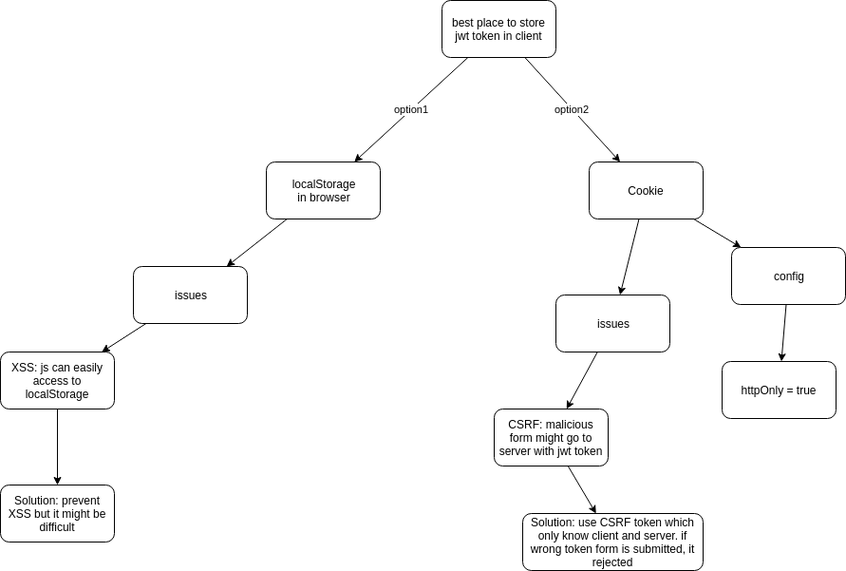
This is jwt_storage_location.PNG from stsiwo/security_concept, a draw.io export, as it was before one commit. Source tidied: cells renumbered, new cells last; positions are measured from the earlier drawing's top-left corner, leaving out a move shared by most shapes.
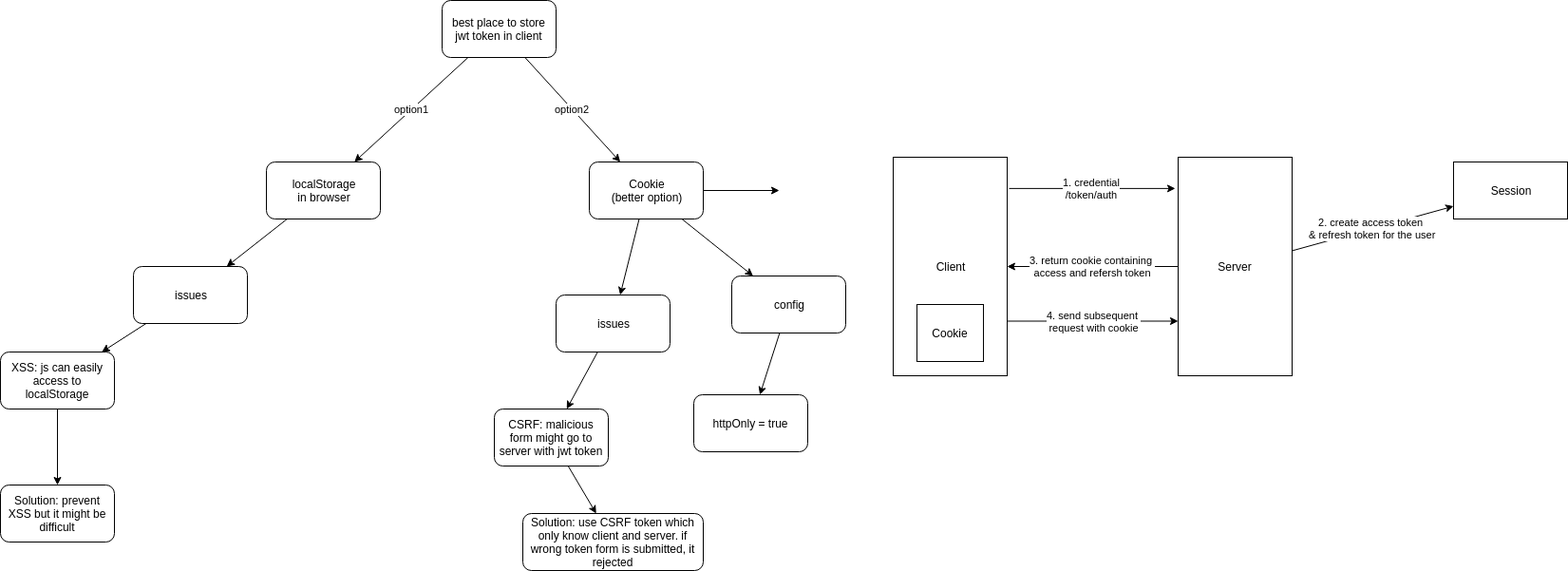
After the commit.

Change to the diagram source:
```diff
@@ -38,17 +38,22 @@
     <mxCell id="13" style="edgeStyle=none;rounded=0;jettySize=auto;html=1;" parent="1" edge="1" source="14" target="16">
       <mxGeometry relative="1" as="geometry" />
     </mxCell>
+    <mxCell id="23" style="edgeStyle=none;rounded=0;jettySize=auto;html=1;" parent="1" edge="1" source="14">
+      <mxGeometry relative="1" as="geometry">
+        <mxPoint x="820" y="200" as="targetPoint" />
+      </mxGeometry>
+    </mxCell>
-    <mxCell id="14" value="Cookie" style="rounded=1;whiteSpace=wrap;html=1;" parent="1" vertex="1">
+    <mxCell id="14" value="Cookie&lt;br&gt;(better option)" style="rounded=1;whiteSpace=wrap;html=1;" parent="1" vertex="1">
       <mxGeometry x="620" y="170" width="120" height="60" as="geometry" />
     </mxCell>
     <mxCell id="15" style="edgeStyle=none;rounded=0;jettySize=auto;html=1;" parent="1" edge="1" source="16" target="17">
       <mxGeometry relative="1" as="geometry" />
     </mxCell>
     <mxCell id="16" value="config" style="rounded=1;whiteSpace=wrap;html=1;" parent="1" vertex="1">
-      <mxGeometry x="770" y="260" width="120" height="60" as="geometry" />
+      <mxGeometry x="770" y="290" width="120" height="60" as="geometry" />
     </mxCell>
     <mxCell id="17" value="httpOnly = true" style="rounded=1;whiteSpace=wrap;html=1;" parent="1" vertex="1">
-      <mxGeometry x="760" y="380" width="120" height="60" as="geometry" />
+      <mxGeometry x="730" y="415" width="120" height="60" as="geometry" />
     </mxCell>
     <mxCell id="18" style="edgeStyle=none;rounded=0;jettySize=auto;html=1;" parent="1" edge="1" source="19" target="21">
       <mxGeometry relative="1" as="geometry" />
@@ -65,5 +70,29 @@
     <mxCell id="22" value="Solution: use CSRF token which only know client and server. if wrong token form is submitted, it rejected" style="rounded=1;whiteSpace=wrap;html=1;" parent="1" vertex="1">
       <mxGeometry x="550" y="540" width="190" height="60" as="geometry" />
     </mxCell>
+    <mxCell id="24" value="1. credential&lt;br&gt;/token/auth" style="edgeStyle=none;rounded=0;jettySize=auto;html=1;entryX=-0.025;entryY=0.143;entryDx=0;entryDy=0;exitX=1.017;exitY=0.143;exitDx=0;exitDy=0;exitPerimeter=0;entryPerimeter=0;" parent="1" edge="1" source="26" target="29">
+      <mxGeometry relative="1" as="geometry" />
+    </mxCell>
+    <mxCell id="25" value="4. send subsequent &lt;br&gt;request with cookie" style="edgeStyle=none;rounded=0;jettySize=auto;html=1;entryX=0;entryY=0.75;entryDx=0;entryDy=0;exitX=1;exitY=0.75;exitDx=0;exitDy=0;" parent="1" edge="1" source="26" target="29">
+      <mxGeometry relative="1" as="geometry" />
+    </mxCell>
+    <mxCell id="26" value="Client" style="rounded=0;whiteSpace=wrap;html=1;" parent="1" vertex="1">
+      <mxGeometry x="940" y="165" width="120" height="230" as="geometry" />
+    </mxCell>
+    <mxCell id="27" value="2. create access token &lt;br&gt;&amp;amp; refresh token for the user" style="edgeStyle=none;rounded=0;jettySize=auto;html=1;" parent="1" edge="1" source="29" target="30">
+      <mxGeometry relative="1" as="geometry" />
+    </mxCell>
+    <mxCell id="28" value="3. return cookie containing&amp;nbsp;&lt;br&gt;access and refersh token" style="edgeStyle=none;rounded=0;jettySize=auto;html=1;entryX=1;entryY=0.5;entryDx=0;entryDy=0;" parent="1" edge="1" source="29" target="26">
+      <mxGeometry relative="1" as="geometry" />
+    </mxCell>
+    <mxCell id="29" value="Server" style="rounded=0;whiteSpace=wrap;html=1;" parent="1" vertex="1">
+      <mxGeometry x="1240" y="165" width="120" height="230" as="geometry" />
+    </mxCell>
+    <mxCell id="30" value="Session" style="rounded=0;whiteSpace=wrap;html=1;" parent="1" vertex="1">
+      <mxGeometry x="1530" y="170" width="120" height="60" as="geometry" />
+    </mxCell>
+    <mxCell id="31" value="Cookie" style="rounded=0;whiteSpace=wrap;html=1;" parent="1" vertex="1">
+      <mxGeometry x="965" y="320" width="70" height="60" as="geometry" />
+    </mxCell>
   </root>
 </mxGraphModel>
```
